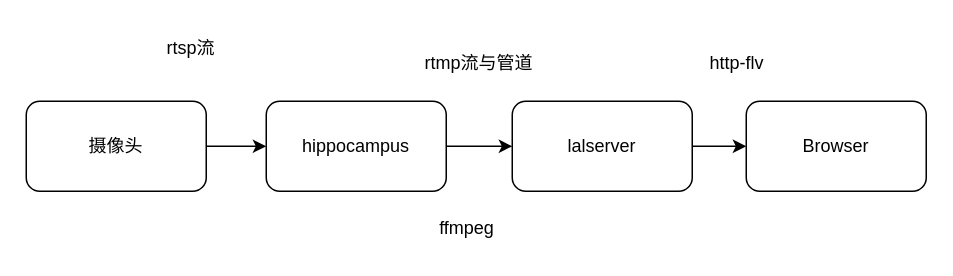
The draw.io diagram docs/images/pipeline.drawio in open-v2x/hippocampus, before the edit. Source tidied: cells renumbered, new cells numbered last; positions are measured from the earlier drawing's top-left corner, leaving out a move shared by most shapes. Both pictures are drawn from the tidied source at 150%, with x=0, y=0 at pixel (26, 26).
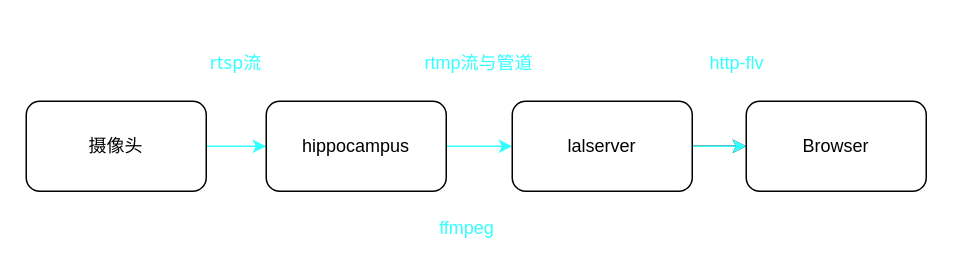
Above is the later version.

Commit message (it also covers changes not shown here):
fix: modify pipeline and engineer iamges

Change to the diagram source:
```diff
@@
 <mxGraphModel>
   <root>
     <mxCell id="0" />
     <mxCell id="1" parent="0" />
-    <mxCell id="2" style="edgeStyle=none;html=1;" parent="1" edge="1" source="3" target="5">
+    <mxCell id="2" style="edgeStyle=none;html=1;strokeColor=#33FFFF;" parent="1" edge="1" source="3" target="5">
       <mxGeometry relative="1" as="geometry" />
     </mxCell>
     <mxCell id="3" value="摄像头" style="rounded=1;whiteSpace=wrap;html=1;" parent="1" vertex="1">
       <mxGeometry y="50" width="120" height="60" as="geometry" />
     </mxCell>
-    <mxCell id="4" style="edgeStyle=none;html=1;" parent="1" edge="1" source="5" target="7">
+    <mxCell id="4" style="edgeStyle=none;html=1;strokeColor=#33FFFF;" parent="1" edge="1" source="5" target="7">
       <mxGeometry relative="1" as="geometry" />
     </mxCell>
     <mxCell id="5" value="hippocampus" style="rounded=1;whiteSpace=wrap;html=1;" parent="1" vertex="1">
       <mxGeometry x="160" y="50" width="120" height="60" as="geometry" />
     </mxCell>
     <mxCell id="6" style="edgeStyle=none;html=1;" parent="1" edge="1" source="7" target="8">
       <mxGeometry relative="1" as="geometry" />
     </mxCell>
+    <mxCell id="13" style="edgeStyle=none;html=1;strokeColor=#33FFFF;" parent="1" edge="1" source="7" target="8">
+      <mxGeometry relative="1" as="geometry" />
+    </mxCell>
     <mxCell id="7" value="lalserver" style="rounded=1;whiteSpace=wrap;html=1;" parent="1" vertex="1">
       <mxGeometry x="324" y="50" width="120" height="60" as="geometry" />
     </mxCell>
     <mxCell id="8" value="Browser" style="rounded=1;whiteSpace=wrap;html=1;" parent="1" vertex="1">
       <mxGeometry x="480" y="50" width="120" height="60" as="geometry" />
     </mxCell>
-    <mxCell id="9" value="rtsp流" style="text;html=1;strokeColor=none;fillColor=none;align=center;verticalAlign=middle;whiteSpace=wrap;rounded=0;" parent="1" vertex="1">
-      <mxGeometry x="80" width="60" height="30" as="geometry" />
+    <mxCell id="9" value="&lt;font face=&quot;Tahoma&quot; color=&quot;#33ffff&quot;&gt;rtsp流&lt;/font&gt;" style="text;html=1;strokeColor=none;fillColor=none;align=center;verticalAlign=middle;whiteSpace=wrap;rounded=0;" parent="1" vertex="1">
+      <mxGeometry x="110" y="10" width="60" height="30" as="geometry" />
     </mxCell>
-    <mxCell id="10" value="rtmp流与管道" style="text;html=1;strokeColor=none;fillColor=none;align=center;verticalAlign=middle;whiteSpace=wrap;rounded=0;" parent="1" vertex="1">
+    <mxCell id="10" value="&lt;font color=&quot;#33ffff&quot;&gt;rtmp流与管道&lt;/font&gt;" style="text;html=1;strokeColor=none;fillColor=none;align=center;verticalAlign=middle;whiteSpace=wrap;rounded=0;" parent="1" vertex="1">
       <mxGeometry x="264" y="10" width="76" height="30" as="geometry" />
     </mxCell>
-    <mxCell id="11" value="ffmpeg" style="text;html=1;strokeColor=none;fillColor=none;align=center;verticalAlign=middle;whiteSpace=wrap;rounded=0;" parent="1" vertex="1">
+    <mxCell id="11" value="&lt;font color=&quot;#33ffff&quot;&gt;ffmpeg&lt;/font&gt;" style="text;html=1;strokeColor=none;fillColor=none;align=center;verticalAlign=middle;whiteSpace=wrap;rounded=0;" parent="1" vertex="1">
       <mxGeometry x="264" y="120" width="60" height="30" as="geometry" />
     </mxCell>
-    <mxCell id="12" value="http-flv" style="text;html=1;strokeColor=none;fillColor=none;align=center;verticalAlign=middle;whiteSpace=wrap;rounded=0;" parent="1" vertex="1">
+    <mxCell id="12" value="&lt;font color=&quot;#33ffff&quot;&gt;http-flv&lt;/font&gt;" style="text;html=1;strokeColor=none;fillColor=none;align=center;verticalAlign=middle;whiteSpace=wrap;rounded=0;" parent="1" vertex="1">
       <mxGeometry x="444" y="10" width="60" height="30" as="geometry" />
     </mxCell>
   </root>
 </mxGraphModel>
```
